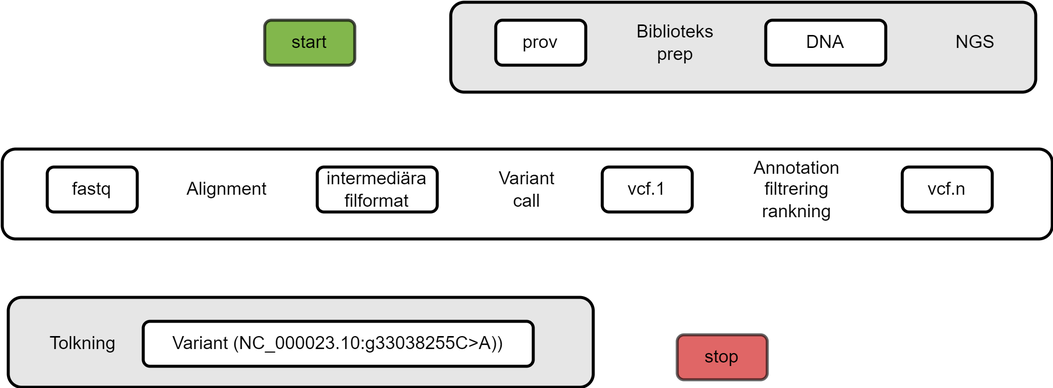
Earlier version of the draw.io export images/Workflow.drawio_1_a.png (hrydbeck/PL_NGP_och_Seqera). Source tidied: cells renumbered, new cells last; positions are measured from the earlier drawing's top-left corner, leaving out a move shared by most shapes.
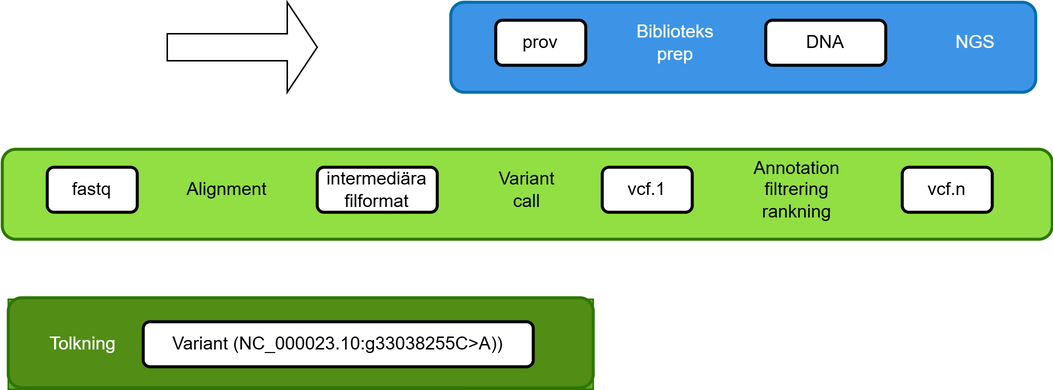
After the change.

Commit message:
Added slelfmad image on PL_rd workflow

Diff of the diagram source:
```diff
@@ -2,7 +2,7 @@
   <root>
     <mxCell id="0" />
     <mxCell id="1" parent="0" />
-    <mxCell id="2" style="rounded=1;whiteSpace=wrap;html=1;strokeWidth=2;fillColor=#FFFFFF;" parent="1" vertex="1">
+    <mxCell id="2" style="rounded=1;whiteSpace=wrap;html=1;strokeWidth=2;fillColor=#91df43;strokeColor=#2D7600;fontColor=#ffffff;" parent="1" vertex="1">
       <mxGeometry y="98" width="700" height="60" as="geometry" />
     </mxCell>
     <mxCell id="3" value="fastq" style="text;html=1;align=center;verticalAlign=middle;whiteSpace=wrap;rounded=1;strokeColor=default;strokeWidth=2;fillColor=default;" parent="1" vertex="1">
@@ -26,7 +26,7 @@
     <mxCell id="9" value="vcf.1" style="text;html=1;align=center;verticalAlign=middle;whiteSpace=wrap;rounded=1;strokeColor=default;strokeWidth=2;fillColor=default;" parent="1" vertex="1">
       <mxGeometry x="400" y="110" width="60" height="30" as="geometry" />
     </mxCell>
-    <mxCell id="10" style="rounded=1;whiteSpace=wrap;html=1;strokeWidth=2;fillColor=#E6E6E6;" parent="1" vertex="1">
+    <mxCell id="10" style="rounded=1;whiteSpace=wrap;html=1;strokeWidth=2;fillColor=#3d94e6;fontColor=#ffffff;strokeColor=#006EAF;" parent="1" vertex="1">
       <mxGeometry x="299" width="390" height="60" as="geometry" />
     </mxCell>
     <mxCell id="11" value="prov" style="text;html=1;align=center;verticalAlign=middle;whiteSpace=wrap;rounded=1;strokeColor=default;strokeWidth=2;fillColor=default;" parent="1" vertex="1">
@@ -35,29 +35,26 @@
     <mxCell id="12" value="DNA" style="text;html=1;align=center;verticalAlign=middle;whiteSpace=wrap;rounded=1;strokeColor=default;strokeWidth=2;fillColor=default;" parent="1" vertex="1">
       <mxGeometry x="509" y="12" width="80" height="30" as="geometry" />
     </mxCell>
-    <mxCell id="13" value="NGS" style="text;html=1;align=center;verticalAlign=middle;whiteSpace=wrap;rounded=0;" parent="1" vertex="1">
+    <mxCell id="13" value="NGS" style="text;html=1;align=center;verticalAlign=middle;whiteSpace=wrap;rounded=0;fontColor=#FFFFFF;" parent="1" vertex="1">
       <mxGeometry x="619" y="12" width="60" height="30" as="geometry" />
     </mxCell>
-    <mxCell id="14" value="Biblioteks&lt;div&gt;prep&lt;/div&gt;" style="text;html=1;align=center;verticalAlign=middle;whiteSpace=wrap;rounded=0;" parent="1" vertex="1">
+    <mxCell id="14" value="Biblioteks&lt;div&gt;prep&lt;/div&gt;" style="text;html=1;align=center;verticalAlign=middle;whiteSpace=wrap;rounded=0;fontColor=#FFFFFF;" parent="1" vertex="1">
       <mxGeometry x="419" y="12" width="60" height="30" as="geometry" />
     </mxCell>
-    <mxCell id="15" value="stop" style="text;html=1;align=center;verticalAlign=middle;whiteSpace=wrap;rounded=1;strokeColor=default;strokeWidth=2;fillColor=#CC0000;opacity=60;" parent="1" vertex="1">
-      <mxGeometry x="450" y="222" width="60" height="30" as="geometry" />
-    </mxCell>
-    <mxCell id="16" value="start" style="text;html=1;align=center;verticalAlign=middle;whiteSpace=wrap;rounded=1;strokeColor=default;strokeWidth=2;fillColor=#4D9900;opacity=70;" parent="1" vertex="1">
-      <mxGeometry x="175" y="12" width="60" height="30" as="geometry" />
-    </mxCell>
-    <mxCell id="17" style="group;" parent="1" vertex="1">
+    <mxCell id="17" style="group;fillColor=#60a917;fontColor=#ffffff;strokeColor=#2D7600;" parent="1" vertex="1">
       <mxGeometry x="4" y="198" width="390" height="60" as="geometry" />
     </mxCell>
-    <mxCell id="18" style="rounded=1;whiteSpace=wrap;html=1;strokeWidth=2;fillColor=#E6E6E6;" parent="17" vertex="1">
+    <mxCell id="18" style="rounded=1;whiteSpace=wrap;html=1;strokeWidth=2;fillColor=#528d16;fontColor=#ffffff;strokeColor=#2D7600;" parent="17" vertex="1">
       <mxGeometry y="-1" width="390" height="60" as="geometry" />
     </mxCell>
     <mxCell id="19" value="Variant (NC_000023.10:g33038255C&amp;gt;A))" style="text;html=1;align=center;verticalAlign=middle;whiteSpace=wrap;rounded=1;strokeColor=default;strokeWidth=2;fillColor=default;" parent="17" vertex="1">
       <mxGeometry x="90" y="15" width="260" height="30" as="geometry" />
     </mxCell>
-    <mxCell id="20" value="Tolkning" style="text;html=1;align=center;verticalAlign=middle;whiteSpace=wrap;rounded=0;" parent="17" vertex="1">
+    <mxCell id="20" value="Tolkning" style="text;html=1;align=center;verticalAlign=middle;whiteSpace=wrap;rounded=0;fontColor=#FFFFFF;" parent="17" vertex="1">
       <mxGeometry x="20" y="15" width="60" height="30" as="geometry" />
     </mxCell>
+    <mxCell id="21" style="shape=singleArrow;whiteSpace=wrap;html=1;fontColor=#D4E1F5;" parent="1" vertex="1">
+      <mxGeometry x="110" width="100" height="60" as="geometry" />
+    </mxCell>
   </root>
 </mxGraphModel>
```
